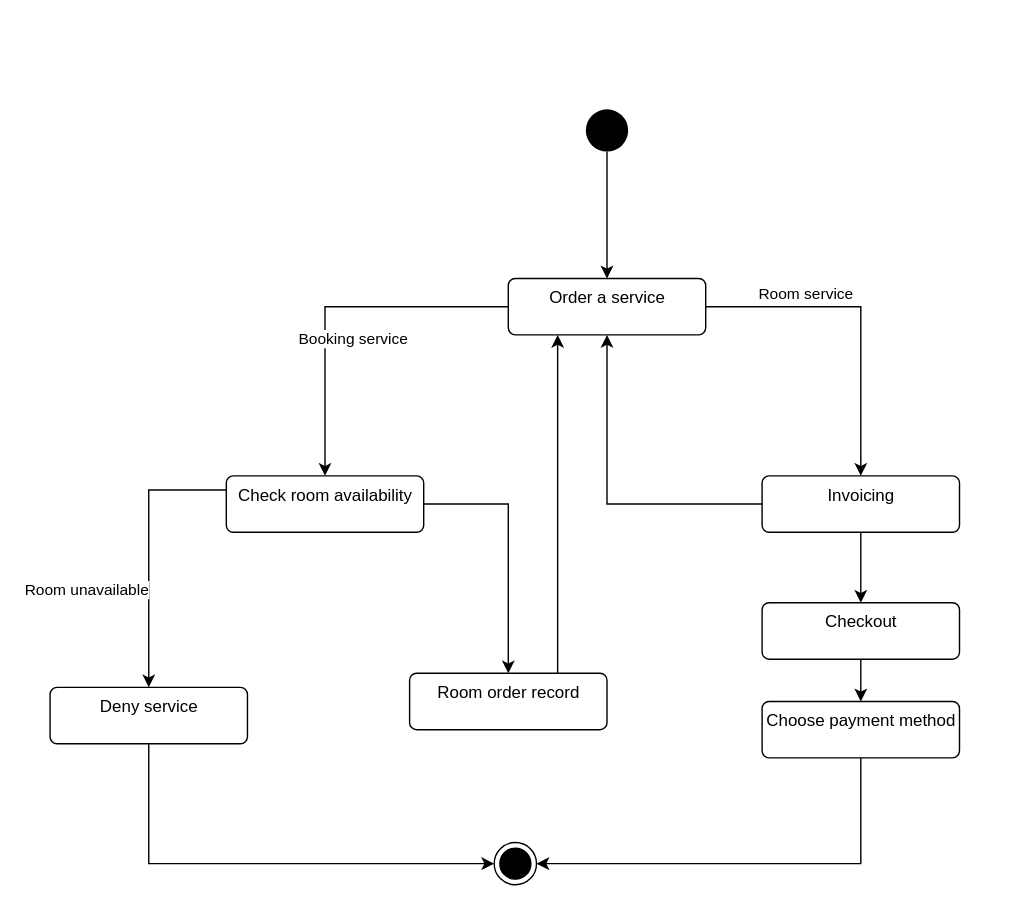
Above: Diagram/State diagram.drawio in jonathanha52/SE104.L23.PMCL (draw.io), before the change. Source tidied: cells renumbered, new cells numbered last; positions are measured from the earlier drawing's top-left corner, leaving out a move shared by most shapes. Both pictures are drawn from the tidied source at 141%, with x=0, y=0 at pixel (49, 109).
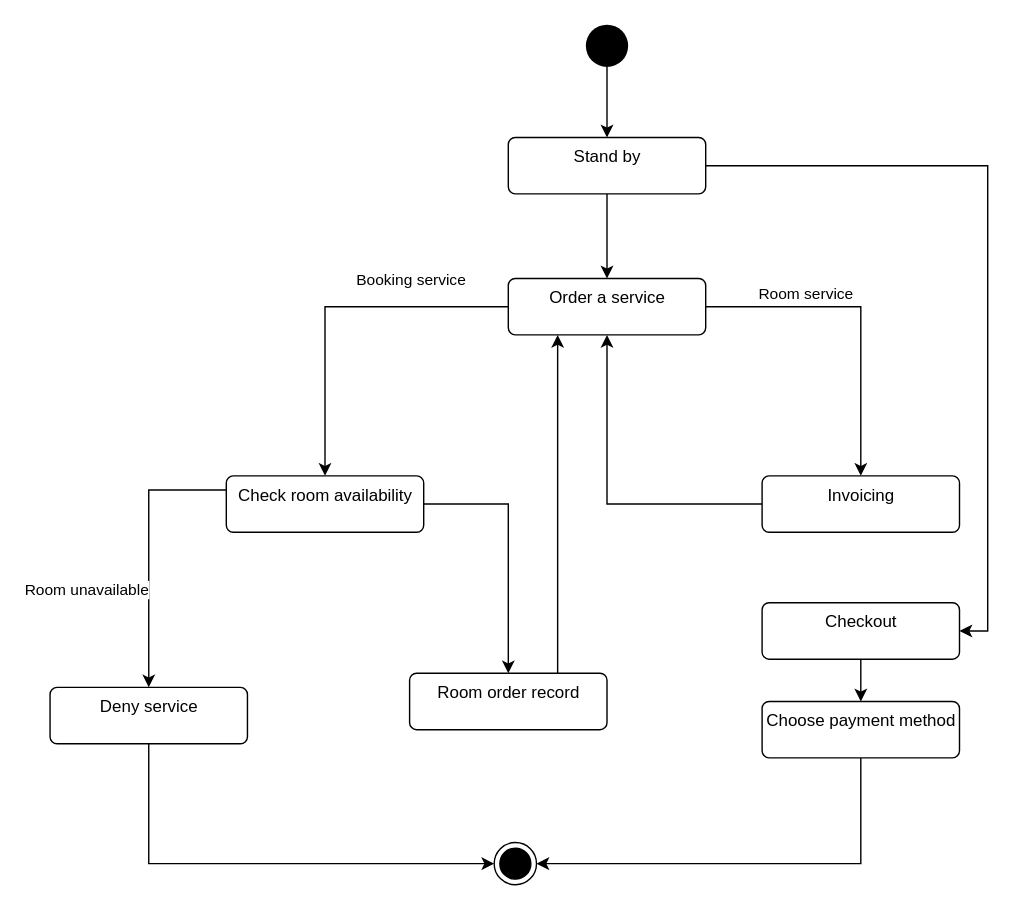
The same page after the edit.

Unchanged cells that the change refers to:
```xml
<mxCell id="4" style="edgeStyle=orthogonalEdgeStyle;rounded=0;jettySize=auto;html=1;" parent="1" edge="1" source="8" target="12">
  <mxGeometry relative="1" as="geometry" />
</mxCell>
<mxCell id="8" value="Order a service" style="html=1;align=center;verticalAlign=top;rounded=1;absoluteArcSize=1;arcSize=10;dashed=0;" parent="1" vertex="1">
  <mxGeometry x="325" y="120" width="140" height="40" as="geometry" />
</mxCell>
<mxCell id="15" value="Invoicing" style="html=1;align=center;verticalAlign=top;rounded=1;absoluteArcSize=1;arcSize=10;dashed=0;" parent="1" vertex="1">
  <mxGeometry x="505" y="260" width="140" height="40" as="geometry" />
</mxCell>
<mxCell id="22" value="Checkout" style="html=1;align=center;verticalAlign=top;rounded=1;absoluteArcSize=1;arcSize=10;dashed=0;" parent="1" vertex="1">
  <mxGeometry x="505" y="350" width="140" height="40" as="geometry" />
</mxCell>
```

Change to the diagram source:
```diff
@@
-    <mxCell id="2" style="edgeStyle=orthogonalEdgeStyle;rounded=0;jettySize=auto;html=1;exitX=0.5;exitY=1;exitDx=0;exitDy=0;entryX=0.5;entryY=0;entryDx=0;entryDy=0;" parent="1" edge="1" source="3" target="8">
-      <mxGeometry relative="1" as="geometry" />
-    </mxCell>
+    <mxCell id="25" style="edgeStyle=orthogonalEdgeStyle;rounded=0;jettySize=auto;html=1;" parent="1" edge="1" source="3" target="28">
+      <mxGeometry relative="1" as="geometry" />
+    </mxCell>
     <mxCell id="3" style="ellipse;fillColor=#000000;strokeColor=none;" parent="1" vertex="1">
-      <mxGeometry x="380" width="30" height="30" as="geometry" />
+      <mxGeometry x="380" y="-60" width="30" height="30" as="geometry" />
     </mxCell>
@@
     <mxCell id="5" value="Booking service" style="edgeLabel;html=1;align=center;verticalAlign=middle;" parent="4" vertex="1">
       <mxGeometry x="0.29" y="-1" relative="1" as="geometry">
-        <mxPoint x="20" y="-9" as="offset" />
+        <mxPoint x="61" y="-51" as="offset" />
       </mxGeometry>
     </mxCell>
@@
-    <mxCell id="13" style="edgeStyle=orthogonalEdgeStyle;rounded=0;jettySize=auto;html=1;entryX=0.5;entryY=0;entryDx=0;entryDy=0;" parent="1" edge="1" source="15" target="22">
-      <mxGeometry relative="1" as="geometry" />
-    </mxCell>
@@
+    <mxCell id="26" style="edgeStyle=orthogonalEdgeStyle;rounded=0;jettySize=auto;html=1;" parent="1" edge="1" source="28" target="8">
+      <mxGeometry relative="1" as="geometry" />
+    </mxCell>
+    <mxCell id="27" style="edgeStyle=orthogonalEdgeStyle;rounded=0;jettySize=auto;html=1;exitX=1;exitY=0.5;exitDx=0;exitDy=0;entryX=1;entryY=0.5;entryDx=0;entryDy=0;" parent="1" edge="1" source="28" target="22">
+      <mxGeometry relative="1" as="geometry" />
+    </mxCell>
+    <mxCell id="28" value="Stand by" style="html=1;align=center;verticalAlign=top;rounded=1;absoluteArcSize=1;arcSize=10;dashed=0;" parent="1" vertex="1">
+      <mxGeometry x="325" y="20" width="140" height="40" as="geometry" />
+    </mxCell>
```
